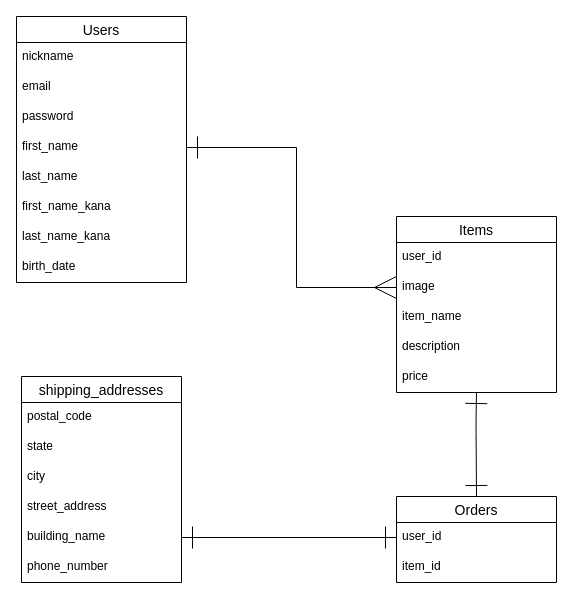
The draw.io diagram ER.dio in Yusuke0107/furima-41027, before the edit. Source tidied: cells renumbered, new cells numbered last; positions are measured from the earlier drawing's top-left corner, leaving out a move shared by most shapes. Both pictures are drawn from the tidied source at 100%, with x=0, y=0 at pixel (16, 16).
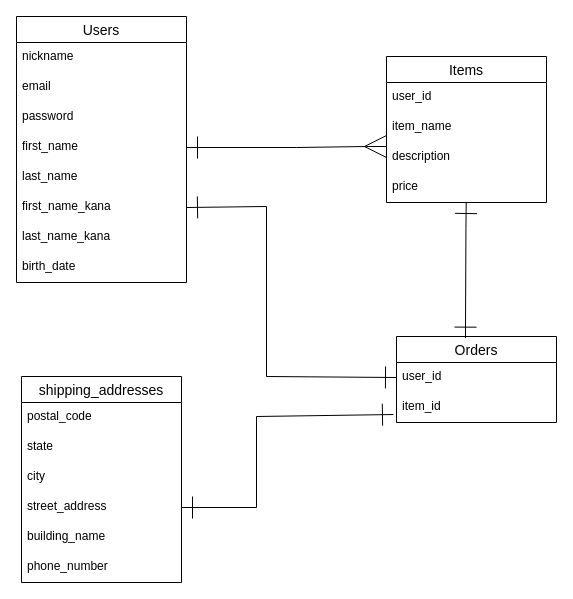
The same diagram, later.

Commit message (it also covers changes not shown here):
データベース設計の修正（2）

・usersテーブルにordersテーブルのアソシエーションを追加
・itemsテーブルに、誤って削除したカラムを追加
・ordersテーブルにshopping_addressのアソシエーションが複数個存在していた為
不要なコードを削除 / usersテーブルとのアソシエーションを追加
・shopping_addressesテーブルの都道府県を保存するカラムをactive_hashで記述した内容に変更し末尾に_idを追加、integer型に変更した
・shopping_addressesテーブルにorderに関する外部キーを追加

The change refers to these unchanged cells:
```xml
<mxCell id="3" value="Users" style="swimlane;fontStyle=0;horizontal=1;startSize=26;align=center;fontSize=14;" parent="1" vertex="1">
  <mxGeometry width="170" height="266" as="geometry" />
</mxCell>
<mxCell id="7" value="first_name" style="text;strokeColor=none;fillColor=none;spacingLeft=4;spacingRight=4;overflow=hidden;points=[[0,0.5],[1,0.5]];portConstraint=eastwest;fontSize=12;" parent="3" vertex="1">
  <mxGeometry y="116" width="170" height="30" as="geometry" />
</mxCell>
<mxCell id="9" value="first_name_kana" style="text;strokeColor=none;fillColor=none;spacingLeft=4;spacingRight=4;overflow=hidden;points=[[0,0.5],[1,0.5]];portConstraint=eastwest;fontSize=12;" parent="3" vertex="1">
  <mxGeometry y="176" width="170" height="30" as="geometry" />
</mxCell>
<mxCell id="22" value="street_address" style="text;strokeColor=none;fillColor=none;spacingLeft=4;spacingRight=4;overflow=hidden;points=[[0,0.5],[1,0.5]];portConstraint=eastwest;fontSize=12;" parent="18" vertex="1">
  <mxGeometry y="116" width="160" height="30" as="geometry" />
</mxCell>
<mxCell id="23" value="building_name" style="text;strokeColor=none;fillColor=none;spacingLeft=4;spacingRight=4;overflow=hidden;points=[[0,0.5],[1,0.5]];portConstraint=eastwest;fontSize=12;" parent="18" vertex="1">
  <mxGeometry y="146" width="160" height="30" as="geometry" />
</mxCell>
<mxCell id="26" value="user_id" style="text;strokeColor=none;fillColor=none;spacingLeft=4;spacingRight=4;overflow=hidden;points=[[0,0.5],[1,0.5]];portConstraint=eastwest;fontSize=12;" parent="25" vertex="1">
  <mxGeometry y="26" width="160" height="30" as="geometry" />
</mxCell>
<mxCell id="27" value="item_id" style="text;strokeColor=none;fillColor=none;spacingLeft=4;spacingRight=4;overflow=hidden;points=[[0,0.5],[1,0.5]];portConstraint=eastwest;fontSize=12;" parent="25" vertex="1">
  <mxGeometry y="56" width="160" height="30" as="geometry" />
</mxCell>
```

The edit, as a diff of the source:
```diff
@@
-    <mxCell id="2" style="edgeStyle=none;html=1;entryX=0;entryY=0.5;entryDx=0;entryDy=0;strokeColor=none;" parent="1" edge="1" source="3">
+    <mxCell id="2" style="edgeStyle=none;html=1;strokeColor=none;" parent="1" edge="1" source="3">
       <mxGeometry relative="1" as="geometry">
-        <mxPoint x="380" y="161" as="targetPoint" />
+        <mxPoint x="310" y="90" as="targetPoint" />
         <Array as="points">
           <mxPoint x="350" y="131" />
         </Array>
       </mxGeometry>
     </mxCell>
@@
     <mxCell id="12" value="Items" style="swimlane;fontStyle=0;horizontal=1;startSize=26;align=center;fontSize=14;" parent="1" vertex="1">
-      <mxGeometry x="380" y="200" width="160" height="176" as="geometry" />
+      <mxGeometry x="370" y="40" width="160" height="146" as="geometry" />
     </mxCell>
@@
-    <mxCell id="14" value="image" style="text;strokeColor=none;fillColor=none;spacingLeft=4;spacingRight=4;overflow=hidden;points=[[0,0.5],[1,0.5]];portConstraint=eastwest;fontSize=12;" parent="12" vertex="1">
-      <mxGeometry y="56" width="160" height="30" as="geometry" />
-    </mxCell>
     <mxCell id="15" value="item_name" style="text;strokeColor=none;fillColor=none;spacingLeft=4;spacingRight=4;overflow=hidden;fontSize=12;" parent="12" vertex="1">
-      <mxGeometry y="86" width="160" height="30" as="geometry" />
+      <mxGeometry y="56" width="160" height="30" as="geometry" />
     </mxCell>
     <mxCell id="16" value="description" style="text;strokeColor=none;fillColor=none;spacingLeft=4;spacingRight=4;overflow=hidden;fontSize=12;" parent="12" vertex="1">
-      <mxGeometry y="116" width="160" height="30" as="geometry" />
+      <mxGeometry y="86" width="160" height="30" as="geometry" />
     </mxCell>
     <mxCell id="17" value="price" style="text;strokeColor=none;fillColor=none;spacingLeft=4;spacingRight=4;overflow=hidden;points=[[0,0.5],[1,0.5]];portConstraint=eastwest;fontSize=12;" parent="12" vertex="1">
-      <mxGeometry y="146" width="160" height="30" as="geometry" />
+      <mxGeometry y="116" width="160" height="30" as="geometry" />
     </mxCell>
@@
     <mxCell id="25" value="Orders" style="swimlane;fontStyle=0;horizontal=1;startSize=26;align=center;fontSize=14;" parent="1" vertex="1">
-      <mxGeometry x="380" y="480" width="160" height="86" as="geometry" />
+      <mxGeometry x="380" y="320" width="160" height="86" as="geometry" />
     </mxCell>
@@
-    <mxCell id="28" style="edgeStyle=none;html=1;startArrow=ERone;startFill=0;endArrow=ERone;endFill=0;endSize=20;startSize=20;" parent="1" edge="1">
+    <mxCell id="28" style="edgeStyle=none;html=1;startArrow=ERone;startFill=0;endArrow=ERone;endFill=0;endSize=20;startSize=20;entryX=0.431;entryY=0.019;entryDx=0;entryDy=0;entryPerimeter=0;" parent="1" edge="1" source="17" target="25">
       <mxGeometry relative="1" as="geometry">
-        <mxPoint x="460" y="376" as="sourcePoint" />
-        <mxPoint x="460" y="480" as="targetPoint" />
         <Array as="points">
-          <mxPoint x="459.5" y="406" />
+          <mxPoint x="449.5" y="202" />
         </Array>
       </mxGeometry>
     </mxCell>
-    <mxCell id="29" style="edgeStyle=none;rounded=0;html=1;entryX=0;entryY=0.5;entryDx=0;entryDy=0;startArrow=ERone;startFill=0;endArrow=ERmany;endFill=0;startSize=20;endSize=20;exitX=1;exitY=0.5;exitDx=0;exitDy=0;" parent="1" edge="1" source="7" target="14">
+    <mxCell id="29" style="edgeStyle=none;rounded=0;html=1;startArrow=ERone;startFill=0;endArrow=ERmany;endFill=0;startSize=20;endSize=20;exitX=1;exitY=0.5;exitDx=0;exitDy=0;" parent="1" edge="1" source="7">
       <mxGeometry relative="1" as="geometry">
+        <mxPoint x="370" y="130" as="targetPoint" />
         <Array as="points">
           <mxPoint x="280" y="131" />
-          <mxPoint x="280" y="271" />
+          <mxPoint x="350" y="130" />
         </Array>
       </mxGeometry>
     </mxCell>
-    <mxCell id="30" style="edgeStyle=none;rounded=0;html=1;entryX=0;entryY=0.5;entryDx=0;entryDy=0;startArrow=ERone;startFill=0;endArrow=ERone;endFill=0;startSize=20;endSize=20;" parent="1" edge="1" source="23" target="26">
-      <mxGeometry relative="1" as="geometry" />
+    <mxCell id="30" style="edgeStyle=none;rounded=0;html=1;startArrow=ERone;startFill=0;endArrow=ERone;endFill=0;startSize=20;endSize=20;exitX=1;exitY=0.5;exitDx=0;exitDy=0;entryX=-0.019;entryY=0.734;entryDx=0;entryDy=0;entryPerimeter=0;" parent="1" edge="1" source="22" target="27">
+      <mxGeometry relative="1" as="geometry">
+        <Array as="points">
+          <mxPoint x="240" y="491" />
+          <mxPoint x="240" y="400" />
+        </Array>
+      </mxGeometry>
     </mxCell>
+    <mxCell id="31" style="edgeStyle=none;rounded=0;html=1;entryX=0;entryY=0.5;entryDx=0;entryDy=0;startArrow=ERone;startFill=0;endArrow=ERone;endFill=0;startSize=20;endSize=20;exitX=1;exitY=0.5;exitDx=0;exitDy=0;" parent="1" edge="1" source="9" target="26">
+      <mxGeometry relative="1" as="geometry">
+        <Array as="points">
+          <mxPoint x="250" y="190" />
+          <mxPoint x="250" y="360" />
+        </Array>
+      </mxGeometry>
+    </mxCell>
```
